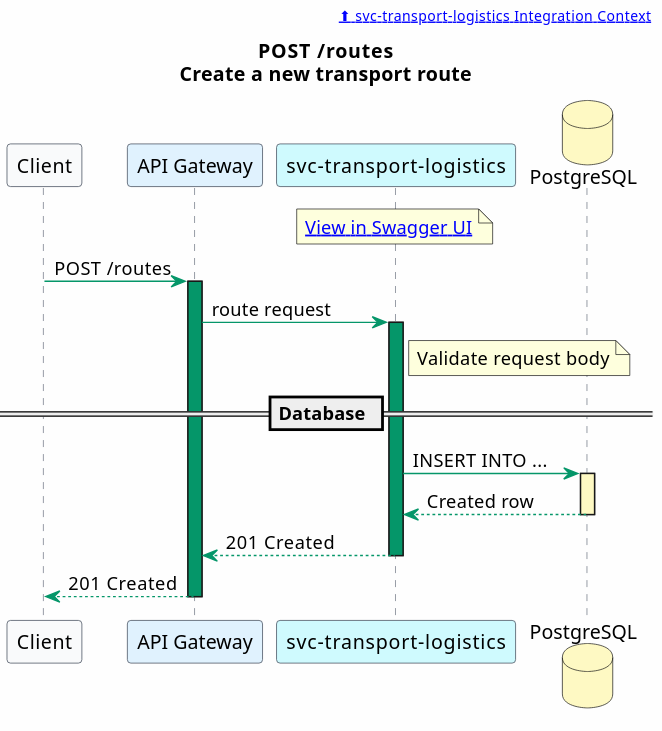
Earlier version of the PlantUML export portal/docs/microservices/svg/svc-transport-logistics--post-routes.svg (christopherblaisdell/continuous-architecture-platform-poc).
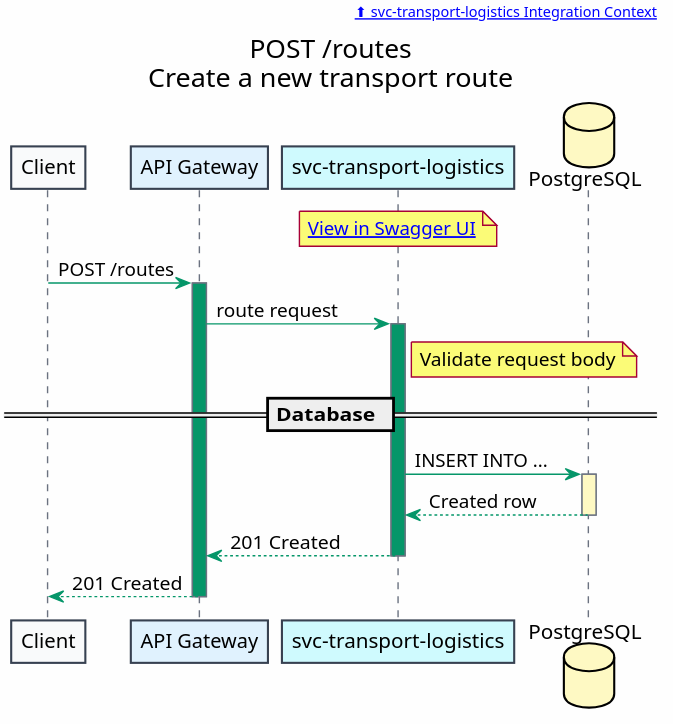
After the change.

The edit, as a diff of the source:
```diff
@@ -1,4 +1,5 @@
-@startuml
+@startuml svc-transport-logistics--post-routes
+
 skinparam backgroundColor #FEFEFE
 skinparam shadowing false
 skinparam defaultFontName "Segoe UI"
@@ -44,4 +45,5 @@
 deactivate Svc
 GW --> Client : 201 Created
 deactivate GW
+
 @enduml
```
